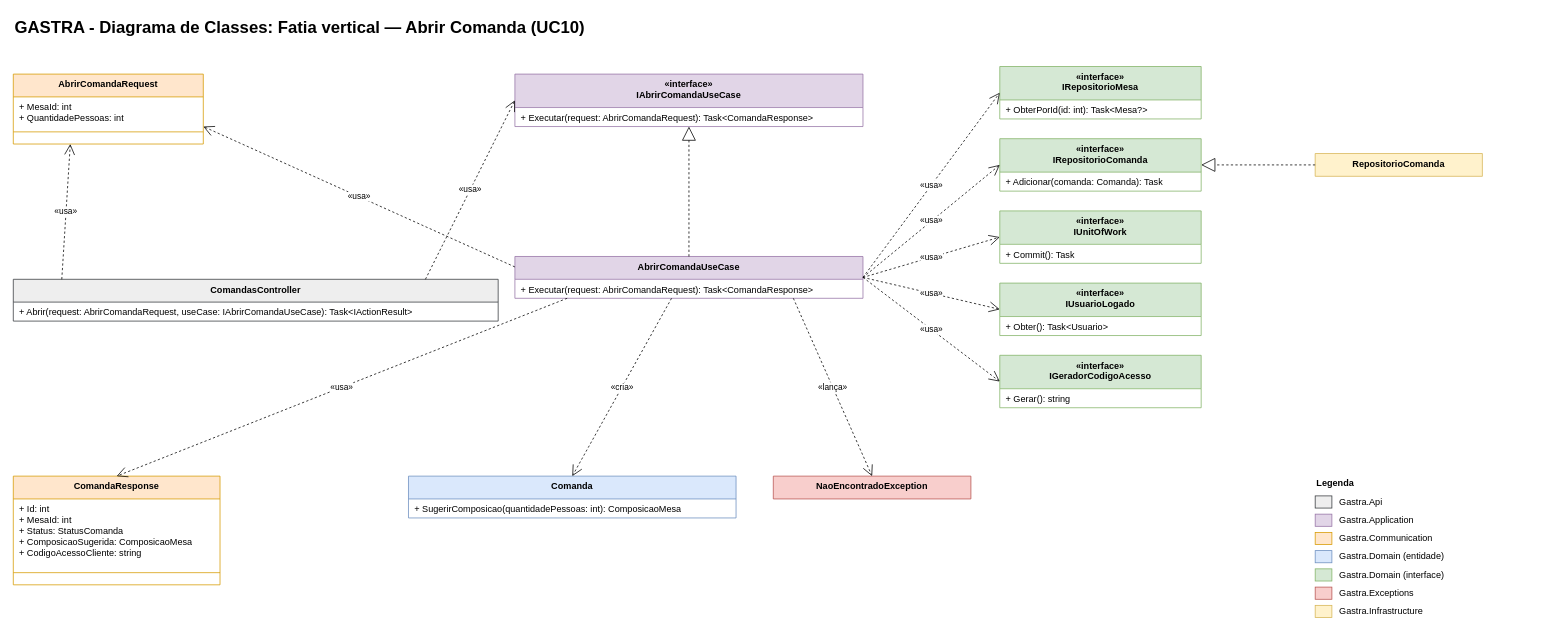
danih-vb/gastra-tg keeps this draw.io diagram as docs/diagramas/_fontes/GASTRA_Classe_AbrirComanda.drawio. Above is the earlier version. Source tidied: cells renumbered, new cells numbered last; positions are measured from the earlier drawing's top-left corner, leaving out a move shared by most shapes. Both pictures are drawn from the tidied source at 76%, with x=0, y=0 at pixel (13, 13).
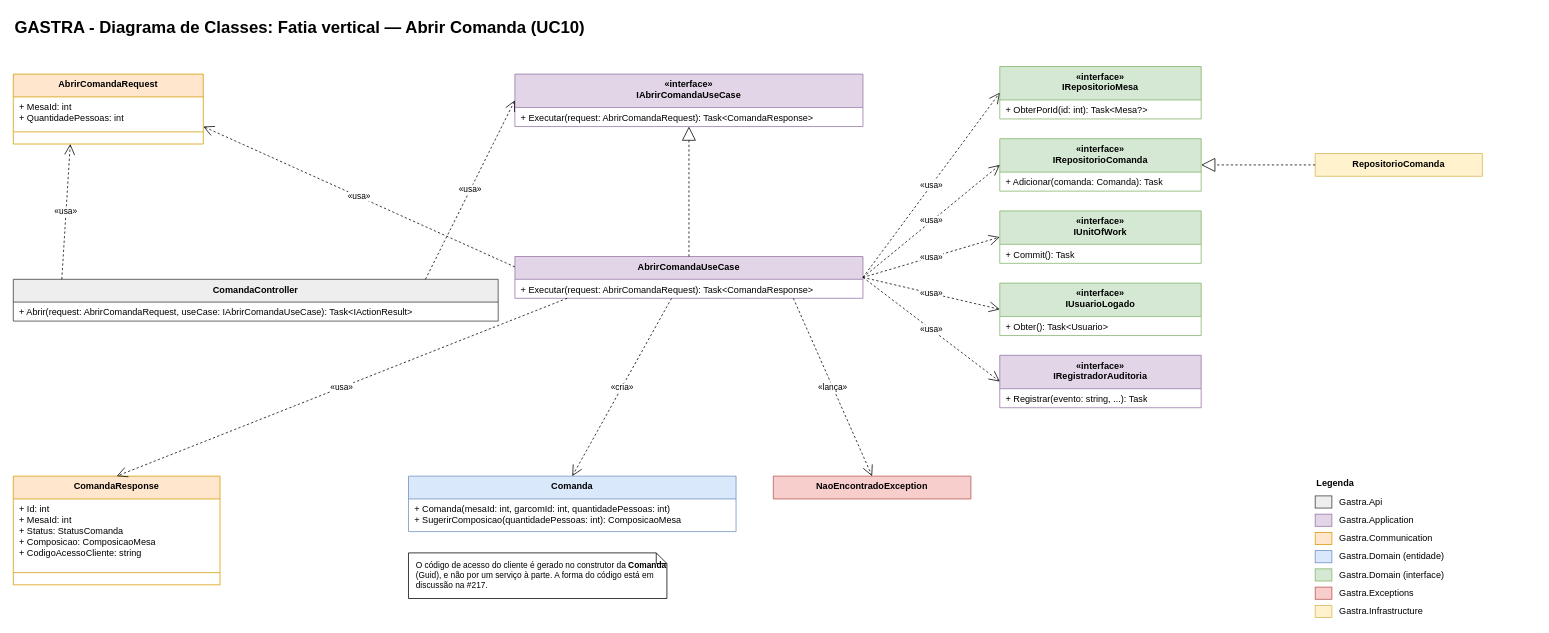
The same diagram, later.

Commit message (it also covers changes not shown here):
docs: diagramas de classe batendo com o código (#192)

Unchanged cells that the change refers to:
```xml
<mxCell id="24" value="ComandaResponse" style="swimlane;fontStyle=1;align=center;verticalAlign=top;horizontal=1;startSize=30;whiteSpace=wrap;html=1;fillColor=#ffe6cc;strokeColor=#d79b00;swimlaneFillColor=#ffffff;" parent="1" vertex="1">
  <mxGeometry y="609" width="272" height="143" as="geometry" />
</mxCell>
```

Change to the diagram source:
```diff
@@
-    <mxCell id="7" value="ComandasController" style="swimlane;fontStyle=1;align=center;verticalAlign=top;horizontal=1;startSize=30;whiteSpace=wrap;html=1;fillColor=#eeeeee;strokeColor=#36393d;swimlaneFillColor=#ffffff;" parent="1" vertex="1">
+    <mxCell id="7" value="ComandaController" style="swimlane;fontStyle=1;align=center;verticalAlign=top;horizontal=1;startSize=30;whiteSpace=wrap;html=1;fillColor=#eeeeee;strokeColor=#36393d;swimlaneFillColor=#ffffff;" parent="1" vertex="1">
       <mxGeometry y="350" width="638" height="55" as="geometry" />
     </mxCell>
@@
-    <mxCell id="21" value="«interface»&lt;br&gt;IGeradorCodigoAcesso" style="swimlane;fontStyle=1;align=center;verticalAlign=top;horizontal=1;startSize=44;whiteSpace=wrap;html=1;fillColor=#d5e8d4;strokeColor=#82b366;swimlaneFillColor=#ffffff;" parent="1" vertex="1">
+    <mxCell id="21" value="«interface»&lt;br&gt;IRegistradorAuditoria" style="swimlane;fontStyle=1;align=center;verticalAlign=top;horizontal=1;startSize=44;whiteSpace=wrap;html=1;fillColor=#e1d5e7;strokeColor=#9673a6;swimlaneFillColor=#ffffff;" parent="1" vertex="1">
       <mxGeometry x="1298" y="450" width="265" height="69" as="geometry" />
     </mxCell>
-    <mxCell id="22" value="+ Gerar(): string" style="text;strokeColor=none;fillColor=none;align=left;verticalAlign=top;spacingLeft=6;spacingRight=4;overflow=hidden;whiteSpace=wrap;html=1;fontSize=12;" parent="21" vertex="1">
+    <mxCell id="22" value="+ Registrar(evento: string, ...): Task" style="text;strokeColor=none;fillColor=none;align=left;verticalAlign=top;spacingLeft=6;spacingRight=4;overflow=hidden;whiteSpace=wrap;html=1;fontSize=12;" parent="21" vertex="1">
       <mxGeometry y="44" width="265" height="25" as="geometry" />
     </mxCell>
@@
-    <mxCell id="25" value="+ Id: int&lt;br&gt;+ MesaId: int&lt;br&gt;+ Status: StatusComanda&lt;br&gt;+ ComposicaoSugerida: ComposicaoMesa&lt;br&gt;+ CodigoAcessoCliente: string" style="text;strokeColor=none;fillColor=none;align=left;verticalAlign=top;spacingLeft=6;spacingRight=4;overflow=hidden;whiteSpace=wrap;html=1;fontSize=12;" parent="24" vertex="1">
+    <mxCell id="25" value="+ Id: int&lt;br&gt;+ MesaId: int&lt;br&gt;+ Status: StatusComanda&lt;br&gt;+ Composicao: ComposicaoMesa&lt;br&gt;+ CodigoAcessoCliente: string" style="text;strokeColor=none;fillColor=none;align=left;verticalAlign=top;spacingLeft=6;spacingRight=4;overflow=hidden;whiteSpace=wrap;html=1;fontSize=12;" parent="24" vertex="1">
       <mxGeometry y="30" width="272" height="93" as="geometry" />
     </mxCell>
@@
     <mxCell id="28" value="Comanda" style="swimlane;fontStyle=1;align=center;verticalAlign=top;horizontal=1;startSize=30;whiteSpace=wrap;html=1;fillColor=#dae8fc;strokeColor=#6c8ebf;swimlaneFillColor=#ffffff;" parent="1" vertex="1">
-      <mxGeometry x="520" y="609" width="431" height="55" as="geometry" />
+      <mxGeometry x="520" y="609" width="431" height="73" as="geometry" />
     </mxCell>
-    <mxCell id="29" value="+ SugerirComposicao(quantidadePessoas: int): ComposicaoMesa" style="text;strokeColor=none;fillColor=none;align=left;verticalAlign=top;spacingLeft=6;spacingRight=4;overflow=hidden;whiteSpace=wrap;html=1;fontSize=12;" parent="28" vertex="1">
-      <mxGeometry y="30" width="431" height="25" as="geometry" />
+    <mxCell id="29" value="+ Comanda(mesaId: int, garcomId: int, quantidadePessoas: int)&lt;br&gt;+ SugerirComposicao(quantidadePessoas: int): ComposicaoMesa" style="text;strokeColor=none;fillColor=none;align=left;verticalAlign=top;spacingLeft=6;spacingRight=4;overflow=hidden;whiteSpace=wrap;html=1;fontSize=12;" parent="28" vertex="1">
+      <mxGeometry y="30" width="431" height="43" as="geometry" />
     </mxCell>
@@
+    <mxCell id="59" value="O código de acesso do cliente é gerado no construtor da &lt;b&gt;Comanda&lt;/b&gt; (Guid), e não por um serviço à parte. A forma do código está em discussão na #217." style="shape=note;size=14;whiteSpace=wrap;html=1;align=left;spacingLeft=8;fillColor=#ffffff;strokeColor=#000000;fontSize=11;" parent="1" vertex="1">
+      <mxGeometry x="520" y="710" width="340" height="60" as="geometry" />
+    </mxCell>
```
